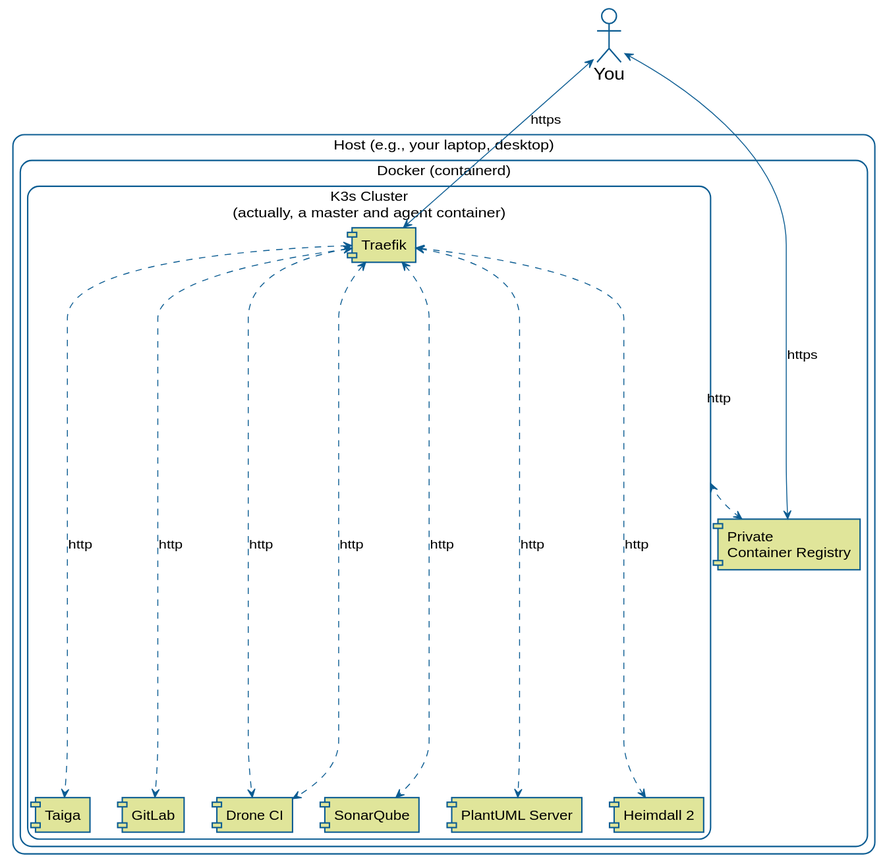
Above: diagrams/deployment.svg in nemonik/hands-on-DevOps-gen2 (PlantUML), before the change.
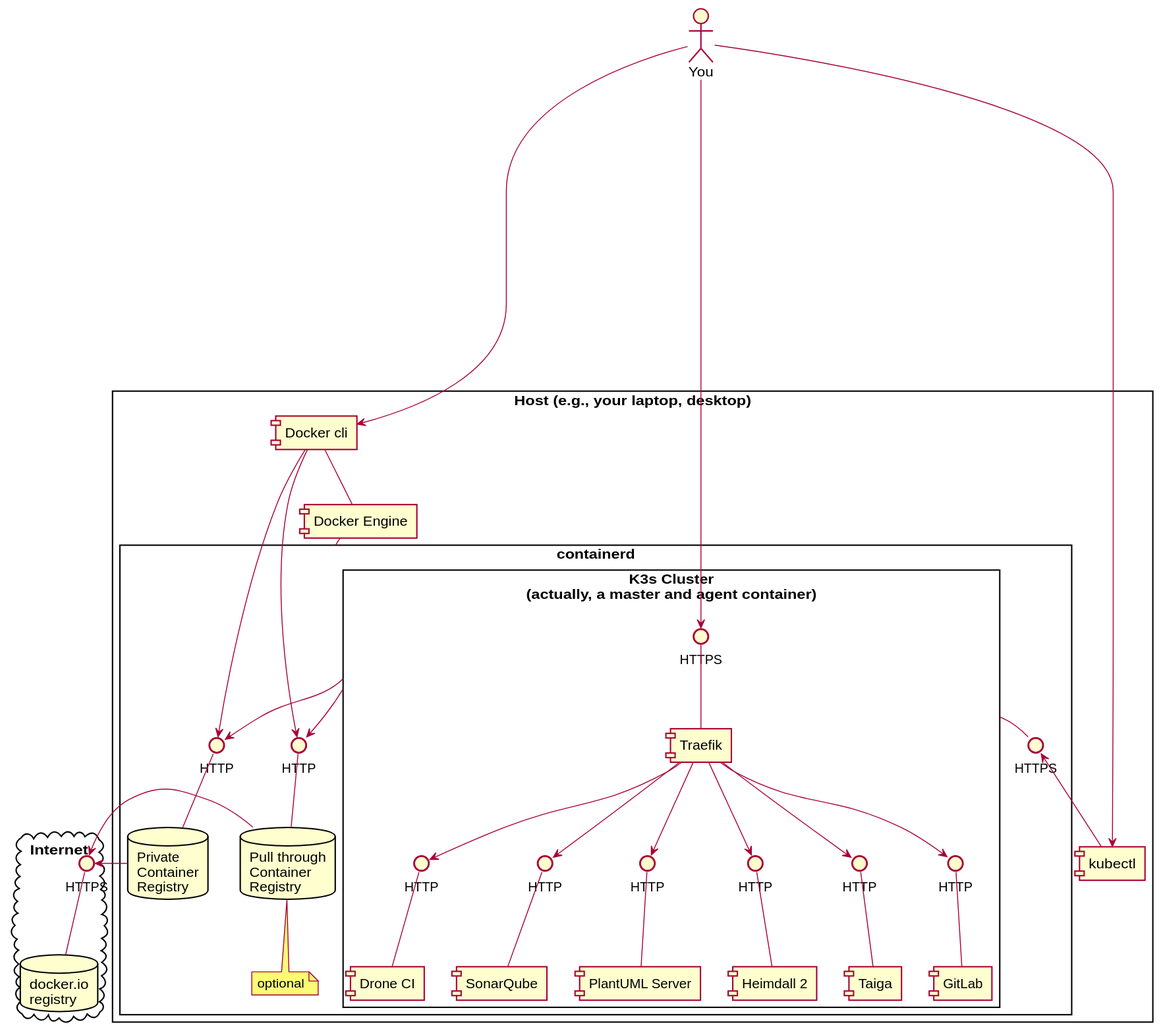
The same diagram one commit later.

Commit message:
Apply plantuml diagram changes

What changed in the source:
```diff
@@ -1,89 +1,104 @@
 @startuml
+
 skinparam shadowing false
 
-skinparam actor {
-  BorderColor #0B5C92
-  BackgroundColor none
-  FontStyle "Thin"
-  FontSize 18
+actor "You" as you
+
+
+cloud  "Internet" as internet {
+
+  () "HTTPS" as docker_io_registry_http
+  database "docker.io\nregistry" as docker_io_registry
+
 }
 
-skinparam node {
-  BorderColor #0B5C92
-  BackgroundColor #ffffff
-  FontStyle "Thin"
-  FontSize 15
+rectangle "Host (e.g., your laptop, desktop)" as host {
+
+  rectangle "containerd" as containerd {
+
+    () "HTTPS" as k3s_api
+
+    rectangle "K3s Cluster\n(actually, a master and agent container)" as k3s {
+
+
+      () "HTTPS" as traefik_https
+      [Traefik] as traefik
+
+      () "HTTP" as taiga_http
+      [Taiga] as taiga
+
+      () "HTTP" as gitlab_http
+      [GitLab] as gitlab
+
+      () "HTTP" as drone_http
+      [Drone CI] as drone
+
+      () "HTTP" as sonar_http
+      [SonarQube] as sonar
+
+      () "HTTP" as plantuml_http
+      [PlantUML Server] as plantuml
+
+      () "HTTP" as heimdall_http
+      [Heimdall 2] as heimdall
+
+    }
+
+    () "HTTP" as private_registry_http
+    database "Private\nContainer\nRegistry" as private_registry
+
+    () "HTTP" as pullthrough_registry_http
+    database "Pull through\nContainer\nRegistry" as pullthrough_registry
+    note bottom
+     optional
+    end note
 }
 
-skinparam rectangle {
-  roundCorner 25
-  BorderColor #0B5C92
-  BackgroundColor #ffffff
-  FontStyle "Thin"
-  FontSize 15
-}
+  [Docker Engine] as docker_engine
 
-skinparam component {
-  BorderColor #0B5C92
-  BackgroundColor #e0e59a
-  FontStyle "Thin"
-  FontSize 15
-}
-
-skinparam agent {
-  BorderColor #0B5C92
-  BackgroundColor #e0e59a
-  FontStyle "Thin"
-  FontSize 15
+  [Docker cli] as docker
+  [kubectl] as kubectl
 }
 
 
-skinparam note {
-  BorderColor #0B5C92
-  BackgroundColor #FEFECE
-  FontStyle "Thin"
-  FontSize 15
-}
+you --> traefik_https
 
-skinparam database {
-  BorderColor #0B5C92
-  BackgroundColor #e0e59a
-  FontStyle "Thin"
-  FontSize 15
-}
+traefik_https -- traefik
+traefik --> taiga_http
+traefik --> gitlab_http
+traefik --> drone_http
+traefik --> sonar_http
+traefik --> plantuml_http
+traefik --> heimdall_http
 
-actor "You" as you
+taiga_http -- taiga
+gitlab_http -- gitlab
+drone_http -- drone
+sonar_http -- sonar
+plantuml_http -- plantuml
+heimdall_http -- heimdall
 
-rectangle "Host (e.g., your laptop, desktop)" as host {
+docker_io_registry_http -- docker_io_registry
 
-  rectangle "Docker (containerd)" {
+private_registry_http -- private_registry
+pullthrough_registry_http -- pullthrough_registry
 
-    rectangle "K3s Cluster\n(actually, a master and agent container)" as k3s {
-      component "Traefik" as traefik
-      component "Taiga" as taiga
-      component "GitLab" as gitlab
-      component "Drone CI" as drone
-      component "SonarQube" as sonarqube
-      component "PlantUML Server" as plantuml_server
-      component "Heimdall 2" as heimdall2
+private_registry -left-> docker_io_registry_http
+pullthrough_registry -left-> docker_io_registry_http
 
-    }
+k3s --> private_registry_http
+k3s --> pullthrough_registry_http
 
-    component "Private\nContainer Registry" as private_registry
-  }
-}
+you -------> docker
+you -------> kubectl
 
-traefik <.[#0B5C92]d.> gitlab : http
-traefik <.[#0B5C92]d.> drone : http
-traefik <.[#0B5C92]d.> taiga : http
-traefik <.[#0B5C92]d.> plantuml_server : http
-traefik <.[#0B5C92]d.> drone : http
-traefik <.[#0B5C92]d.> sonarqube : http
-traefik <.[#0B5C92]d.> heimdall2 : http
+k3s_api <-- kubectl
 
-k3s <.[#0B5C92]d.> private_registry : http
+docker --> private_registry_http
+docker --> pullthrough_registry_http
+docker -- docker_engine
+docker_engine -- containerd
 
-you <-[#0B5C92]d-> private_registry : https
-you <-[#0B5C92]d-> traefik : https
+k3s -- k3s_api
 
 @enduml
```
